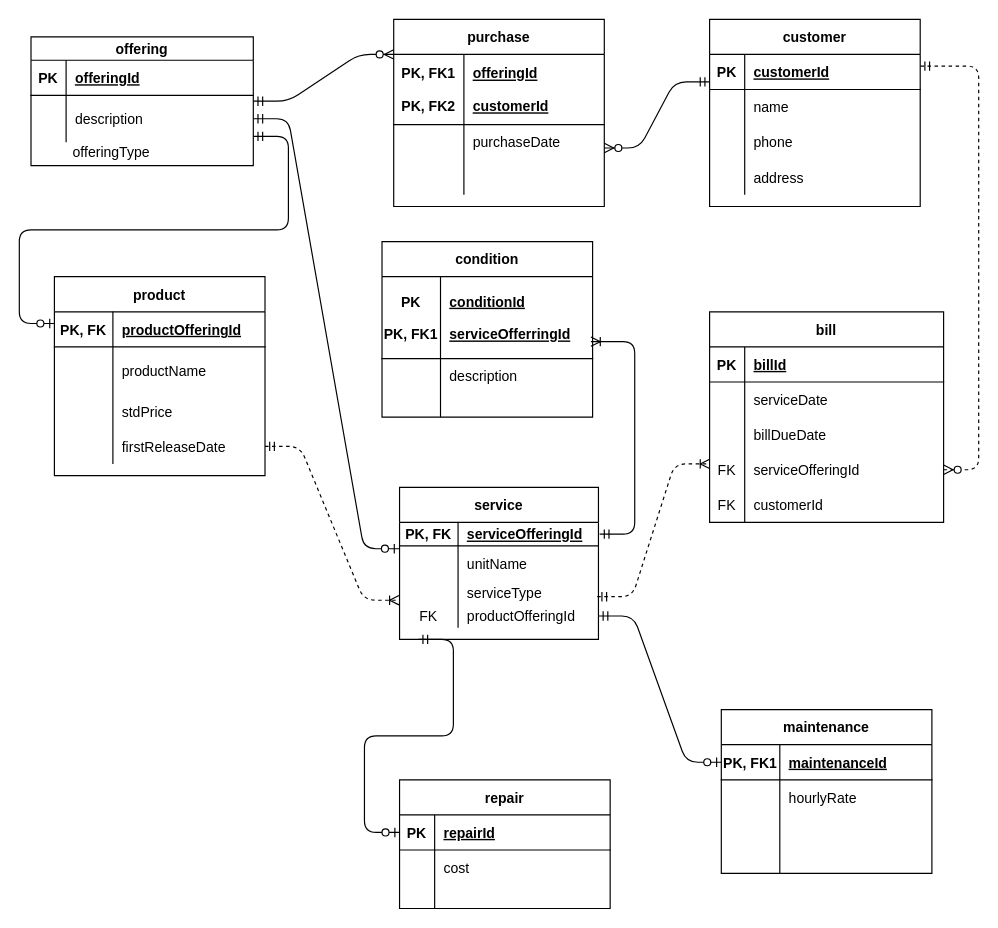
meetsomto/dbs keeps this draw.io diagram as erd_tech_company.drawio. Above is the earlier version. Source tidied: cells renumbered, new cells numbered last; positions are measured from the earlier drawing's top-left corner, leaving out a move shared by most shapes. Both pictures are drawn from the tidied source at 117%, with x=0, y=0 at pixel (30, 19).
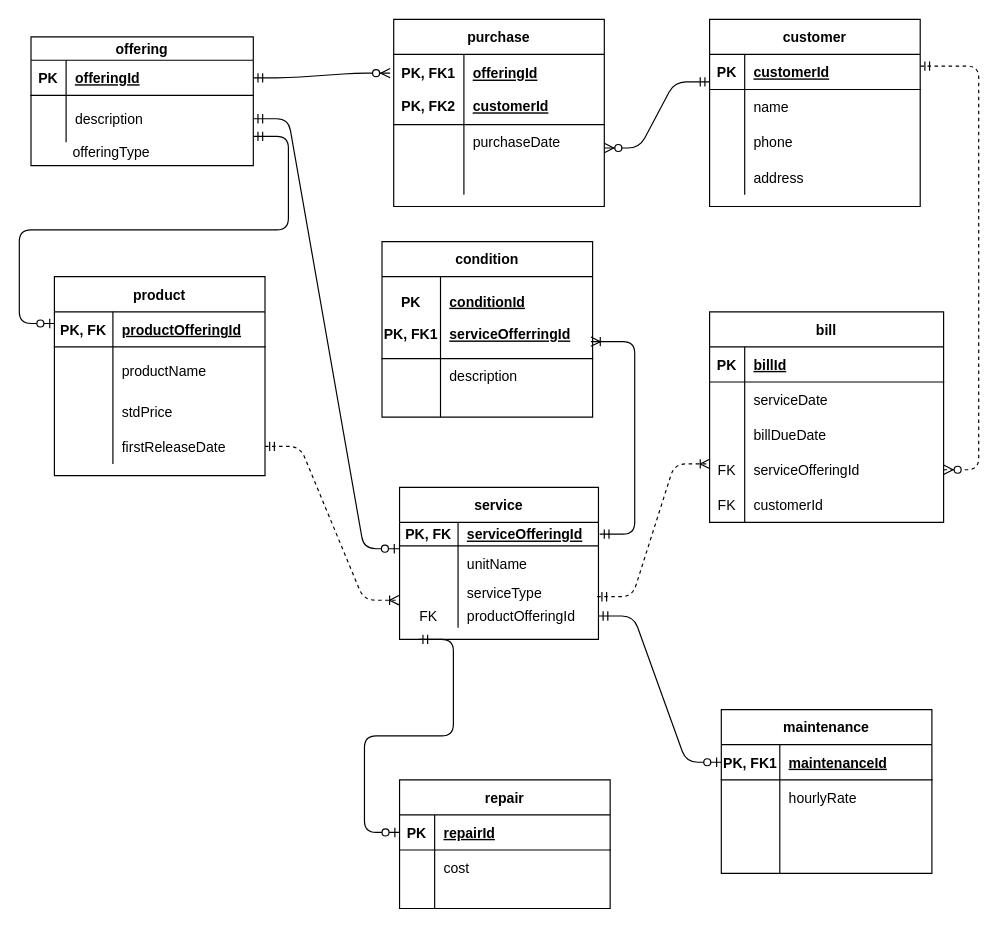
The same diagram, later.

Commit message:
aligned relationships erd_tech_company.drawio

Unchanged cells that the change refers to:
```xml
<mxCell id="3" style="shape=partialRectangle;fillColor=none;points=[[0,0.5],[1,0.5]];portConstraint=eastwest;top=0;left=0;right=0;bottom=1;" parent="2" vertex="1">
  <mxGeometry y="30" width="180" height="60" as="geometry" />
</mxCell>
<mxCell id="29" style="shape=partialRectangle;fillColor=none;points=[[0,0.5],[1,0.5]];portConstraint=eastwest;top=0;left=0;right=0;bottom=1;" parent="28" vertex="1">
  <mxGeometry y="20" width="190" height="30" as="geometry" />
</mxCell>
```

The edit, as a diff of the source:
```diff
@@
-    <mxCell id="36" style="edgeStyle=entityRelationEdgeStyle;fontSize=12;html=1;endArrow=ERzeroToMany;startArrow=ERmandOne;startFill=0;" parent="1" edge="1">
-      <mxGeometry relative="1" as="geometry">
-        <mxPoint x="190" y="70" as="sourcePoint" />
-        <mxPoint x="310" y="30" as="targetPoint" />
-      </mxGeometry>
+    <mxCell id="36" style="edgeStyle=entityRelationEdgeStyle;fontSize=12;html=1;endArrow=ERzeroToMany;startArrow=ERmandOne;startFill=0;exitX=1;exitY=0.5;exitDx=0;exitDy=0;entryX=-0.017;entryY=0.267;entryDx=0;entryDy=0;entryPerimeter=0;" parent="1" edge="1" source="29" target="3">
+      <mxGeometry relative="1" as="geometry" />
     </mxCell>
```
